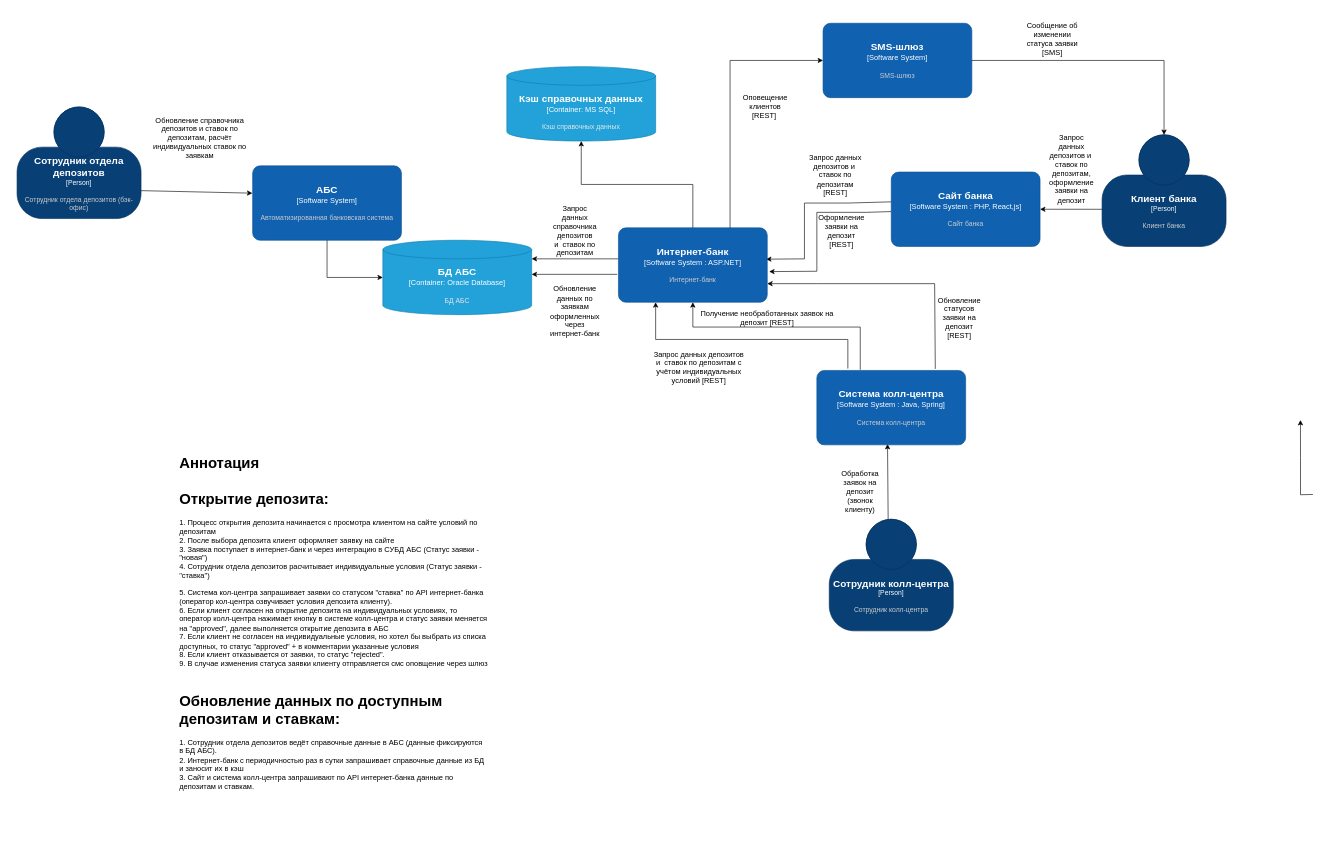
Earlier version of the draw.io diagram Task3/Диаграмма контейнеров.drawio (Laborant90/architecture-standart). Source tidied: cells renumbered, new cells numbered last; positions are measured from the earlier drawing's top-left corner, leaving out a move shared by most shapes. Both pictures are drawn from the tidied source at 62%, with x=0, y=0 at pixel (17, 23).
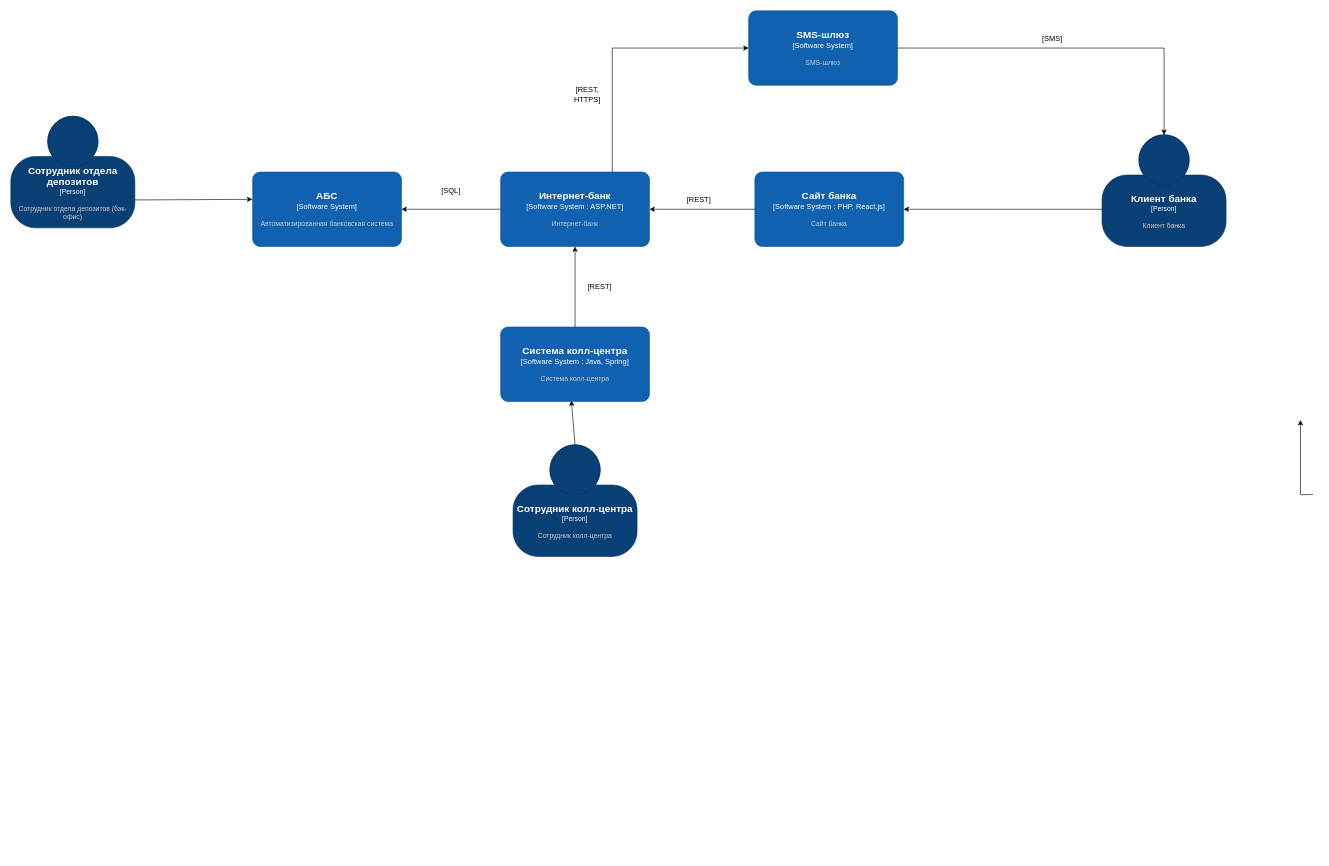
After the change.

The edit, as a diff of the source:
```diff
@@
-    <mxCell id="2" style="endArrow=classic;html=1;rounded=0;entryX=1;entryY=0.5;entryDx=0;entryDy=0;entryPerimeter=0;exitX=0;exitY=0.5;exitDx=0;exitDy=0;" parent="1" edge="1">
-      <mxGeometry relative="1" as="geometry">
-        <mxPoint x="970" y="380" as="sourcePoint" />
-        <mxPoint x="830" y="380" as="targetPoint" />
-      </mxGeometry>
-    </mxCell>
-    <mxCell id="3" value="Запрос данных справочника депозитов и&amp;nbsp; ставок по депозитам" style="text;html=1;align=center;verticalAlign=middle;whiteSpace=wrap;rounded=0;" parent="1" vertex="1">
-      <mxGeometry x="870" y="320" width="60" height="30" as="geometry" />
-    </mxCell>
@@
-    <mxCell id="5" value="Обновление справочника депозитов и ставок по депозитам, расчёт индивидуальных ставок по заявкам" style="text;html=1;align=center;verticalAlign=middle;whiteSpace=wrap;rounded=0;" parent="1" vertex="1">
-      <mxGeometry x="210" y="170" width="170" height="30" as="geometry" />
-    </mxCell>
@@
-    <mxCell id="7" style="endArrow=classic;html=1;rounded=0;entryX=0.992;entryY=0.421;entryDx=0;entryDy=0;exitX=0.01;exitY=0.4;exitDx=0;exitDy=0;entryPerimeter=0;exitPerimeter=0;" parent="1" edge="1" source="31" target="27">
-      <mxGeometry relative="1" as="geometry">
-        <Array as="points">
-          <mxPoint x="1340" y="290" />
-          <mxPoint x="1270" y="290" />
-          <mxPoint x="1270" y="380" />
-        </Array>
-      </mxGeometry>
-    </mxCell>
-    <mxCell id="8" value="Запрос данных депозитов и&amp;nbsp; ставок по депозитам [REST]" style="text;html=1;align=center;verticalAlign=middle;whiteSpace=wrap;rounded=0;" parent="1" vertex="1">
-      <mxGeometry x="1270" y="230" width="100" height="30" as="geometry" />
-    </mxCell>
-    <mxCell id="9" value="Запрос данных депозитов и&amp;nbsp; ставок по депозитам, оформление заявки на депозит" style="text;html=1;align=center;verticalAlign=middle;whiteSpace=wrap;rounded=0;" parent="1" vertex="1">
-      <mxGeometry x="1670.5" y="220" width="60" height="30" as="geometry" />
-    </mxCell>
-    <mxCell id="10" style="endArrow=classic;html=1;rounded=0;entryX=1.013;entryY=0.588;entryDx=0;entryDy=0;entryPerimeter=0;" parent="1" edge="1" source="31" target="27">
-      <mxGeometry relative="1" as="geometry">
-        <Array as="points">
-          <mxPoint x="1370" y="305" />
-          <mxPoint x="1290" y="305" />
-          <mxPoint x="1290" y="400" />
-        </Array>
-      </mxGeometry>
-    </mxCell>
-    <mxCell id="11" value="Оформление заявки на депозит [REST]" style="text;html=1;align=center;verticalAlign=middle;whiteSpace=wrap;rounded=0;" parent="1" vertex="1">
-      <mxGeometry x="1300" y="320" width="60" height="30" as="geometry" />
-    </mxCell>
-    <mxCell id="12" style="endArrow=classic;html=1;rounded=0;entryX=0.5;entryY=1;entryDx=0;entryDy=0;entryPerimeter=0;" parent="1" edge="1" target="27">
-      <mxGeometry relative="1" as="geometry">
-        <mxPoint x="1360" y="559" as="sourcePoint" />
-        <Array as="points">
-          <mxPoint x="1360" y="490" />
-          <mxPoint x="1090" y="490" />
-        </Array>
-      </mxGeometry>
-    </mxCell>
-    <mxCell id="13" value="Получение необработанных заявок на депозит [REST]" style="text;html=1;align=center;verticalAlign=middle;whiteSpace=wrap;rounded=0;" parent="1" vertex="1">
-      <mxGeometry x="1100" y="460" width="220" height="30" as="geometry" />
-    </mxCell>
-    <mxCell id="14" style="endArrow=classic;html=1;rounded=0;entryX=1;entryY=0.75;entryDx=0;entryDy=0;exitX=0.796;exitY=-0.021;exitDx=0;exitDy=0;entryPerimeter=0;exitPerimeter=0;" parent="1" edge="1" source="32" target="27">
-      <mxGeometry relative="1" as="geometry">
-        <Array as="points">
-          <mxPoint x="1480" y="420" />
-          <mxPoint x="1290" y="420" />
-        </Array>
-      </mxGeometry>
-    </mxCell>
-    <mxCell id="15" value="Обновление статусов заявки на депозит [REST]" style="text;html=1;align=center;verticalAlign=middle;whiteSpace=wrap;rounded=0;" parent="1" vertex="1">
-      <mxGeometry x="1490" y="460" width="60" height="30" as="geometry" />
-    </mxCell>
-    <mxCell id="16" style="endArrow=classic;html=1;rounded=0;entryX=0.475;entryY=0.988;entryDx=0;entryDy=0;entryPerimeter=0;exitX=0.5;exitY=0;exitDx=0;exitDy=0;exitPerimeter=0;" parent="1" edge="1" target="32">
-      <mxGeometry relative="1" as="geometry">
-        <mxPoint x="1405" y="800" as="sourcePoint" />
-      </mxGeometry>
+    <mxCell id="16" style="endArrow=classic;html=1;rounded=0;entryX=0.475;entryY=0.988;entryDx=0;entryDy=0;entryPerimeter=0;exitX=0.5;exitY=0;exitDx=0;exitDy=0;exitPerimeter=0;" parent="1" edge="1" source="33" target="32">
+      <mxGeometry relative="1" as="geometry" />
     </mxCell>
-    <mxCell id="17" value="Обработка заявок на депозит (звонок клиенту)" style="text;html=1;align=center;verticalAlign=middle;whiteSpace=wrap;rounded=0;" parent="1" vertex="1">
-      <mxGeometry x="1330" y="740" width="60" height="30" as="geometry" />
-    </mxCell>
-    <mxCell id="18" value="Запрос данных депозитов и&amp;nbsp; ставок по депозитам с учётом индивидуальных условий [REST]" style="text;html=1;align=center;verticalAlign=middle;whiteSpace=wrap;rounded=0;" parent="1" vertex="1">
-      <mxGeometry x="1020" y="540" width="160" height="30" as="geometry" />
-    </mxCell>
-    <mxCell id="19" style="endArrow=classic;html=1;rounded=0;entryX=0.25;entryY=1;entryDx=0;entryDy=0;entryPerimeter=0;" parent="1" edge="1" target="27">
-      <mxGeometry relative="1" as="geometry">
-        <mxPoint x="1340" y="557" as="sourcePoint" />
-        <Array as="points">
-          <mxPoint x="1340" y="510" />
-          <mxPoint x="1030" y="510" />
-        </Array>
-      </mxGeometry>
-    </mxCell>
-    <mxCell id="20" style="endArrow=classic;html=1;rounded=0;entryX=1;entryY=1;entryDx=0;entryDy=-15;entryPerimeter=0;" parent="1" edge="1">
-      <mxGeometry relative="1" as="geometry">
-        <mxPoint x="968" y="405" as="sourcePoint" />
-        <mxPoint x="830" y="405" as="targetPoint" />
-      </mxGeometry>
-    </mxCell>
-    <mxCell id="21" value="Обновление данных по заявкам оформленных через интернет-банк" style="text;html=1;align=center;verticalAlign=middle;whiteSpace=wrap;rounded=0;" parent="1" vertex="1">
-      <mxGeometry x="870" y="450" width="60" height="30" as="geometry" />
-    </mxCell>
-    <mxCell id="22" value="&lt;h1 style=&quot;margin-top: 0px;&quot;&gt;Аннотация&lt;br&gt;&lt;br&gt;Открытие депозита:&lt;/h1&gt;&lt;p&gt;1. Процесс открытия депозита начинается с просмотра клиентом на сайте условий по депозитам&lt;br&gt;&lt;span style=&quot;background-color: transparent; color: light-dark(rgb(0, 0, 0), rgb(255, 255, 255));&quot;&gt;2. После выбора депозита клиент оформляет заявку на сайте&lt;br&gt;3. Заявка поступает в интернет-банк и через интеграцию в СУБД АБС&lt;/span&gt;&lt;span style=&quot;background-color: transparent; color: light-dark(rgb(0, 0, 0), rgb(255, 255, 255));&quot;&gt;&amp;nbsp;(Статус заявки - &quot;новая&quot;)&lt;br&gt;4. Сотрудник отдела депозитов расчитывает индивидуальные условия (Статус заявки - &quot;ставка&quot;)&lt;br&gt;&lt;/span&gt;&lt;/p&gt;&lt;p&gt;&lt;span style=&quot;background-color: transparent; color: light-dark(rgb(0, 0, 0), rgb(255, 255, 255));&quot;&gt;5. Система кол-центра запрашивает заявки со статусом &quot;ставка&quot; по API интернет-банка (оператор кол-центра озвучивает условия депозита клиенту).&lt;br&gt;6. Если клиент согласен на открытие депозита на индивидуальных условиях, то оператор колл-центра нажимает кнопку в системе колл-центра и статус заявки меняется на &quot;approved&quot;, далее выполняется открытие депозита в АБС&lt;br&gt;7. Если клиент не согласен на индивидуальные условия, но хотел бы выбрать из списка доступных, то статус &quot;approved&quot; + в комментарии указанные условия&lt;br&gt;8. Если клиент отказывается от заявки, то статус &quot;rejected&quot;.&lt;br&gt;9. В случае изменения статуса заявки клиенту отправляется смс оповщение через шлюз&lt;/span&gt;&lt;/p&gt;&lt;p&gt;&lt;span style=&quot;background-color: transparent; color: light-dark(rgb(0, 0, 0), rgb(255, 255, 255));&quot;&gt;&lt;br&gt;&lt;/span&gt;&lt;/p&gt;&lt;h1 style=&quot;margin-top: 0px;&quot;&gt;Обновление данных по доступным депозитам и ставкам:&lt;/h1&gt;&lt;p&gt;1.&amp;nbsp;&lt;span style=&quot;background-color: transparent; color: light-dark(rgb(0, 0, 0), rgb(255, 255, 255));&quot;&gt;Сотрудник отдела депозитов ведёт справочные данные в АБС (данные фиксируются в БД АБС).&lt;br&gt;2. Интернет-банк с периодичностью раз в сутки запрашивает справочные данные из БД и заносит их в кэш&lt;br&gt;3. Сайт и система колл-центра запрашивают по API интернет-банка данные по депозитам и ставкам.&lt;/span&gt;&lt;/p&gt;" style="text;html=1;whiteSpace=wrap;overflow=hidden;rounded=0;" parent="1" vertex="1">
-      <mxGeometry x="260" y="689" width="500" height="650" as="geometry" />
-    </mxCell>
     <object id="23" label="&lt;font style=&quot;font-size: 16px&quot;&gt;&lt;b&gt;%c4Name%&lt;/b&gt;&lt;/font&gt;&lt;div&gt;[%c4Type%]&lt;/div&gt;&lt;br&gt;&lt;div&gt;&lt;font style=&quot;font-size: 11px&quot;&gt;&lt;font color=&quot;#cccccc&quot;&gt;%c4Description%&lt;/font&gt;&lt;/div&gt;" c4Description="Сотрудник отдела депозитов (бэк-офис)" c4Name="Сотрудник отдела депозитов" c4Type="Person" placeholders="1">
       <mxCell style="html=1;fontSize=11;dashed=0;whiteSpace=wrap;fillColor=#083F75;strokeColor=#06315C;fontColor=#ffffff;shape=mxgraph.c4.person2;align=center;points=[[0.5,0,0],[1,0.5,0],[1,0.75,0],[0.75,1,0],[0.5,1,0],[0.25,1,0],[0,0.75,0],[0,0.5,0]];" parent="1" vertex="1">
-        <mxGeometry y="135" width="200" height="180" as="geometry" />
+        <mxGeometry x="-10" y="150" width="200" height="180" as="geometry" />
       </mxCell>
     </object>
     <object id="24" label="&lt;font style=&quot;font-size: 16px&quot;&gt;&lt;b&gt;%c4Name%&lt;/b&gt;&lt;/font&gt;&lt;div&gt;[%c4Type%]&lt;/div&gt;&lt;br&gt;&lt;div&gt;&lt;font style=&quot;font-size: 11px&quot;&gt;&lt;font color=&quot;#cccccc&quot;&gt;%c4Description%&lt;/font&gt;&lt;/div&gt;" c4Description="Автоматизированная банковская система" c4Name="АБС" c4Type="Software System" placeholders="1">
       <mxCell style="rounded=1;whiteSpace=wrap;html=1;labelBackgroundColor=none;fillColor=#1061B0;fontColor=#ffffff;align=center;arcSize=10;strokeColor=#0D5091;points=[[0.25,0,0],[0.5,0,0],[0.75,0,0],[1,0.25,0],[1,0.5,0],[1,0.75,0],[0.75,1,0],[0.5,1,0],[0.25,1,0],[0,0.75,0],[0,0.5,0],[0,0.25,0]];" parent="1" vertex="1">
-        <mxGeometry x="380" y="230" width="240" height="120" as="geometry" />
+        <mxGeometry x="380" y="240" width="240" height="120" as="geometry" />
       </mxCell>
     </object>
-    <object id="25" label="&lt;font style=&quot;font-size: 16px&quot;&gt;&lt;b&gt;%c4Name%&lt;/b&gt;&lt;/font&gt;&lt;div&gt;[%c4Type%:&amp;nbsp;%c4Technology%]&lt;/div&gt;&lt;br&gt;&lt;div&gt;&lt;font style=&quot;font-size: 11px&quot;&gt;&lt;font color=&quot;#E6E6E6&quot;&gt;%c4Description%&lt;/font&gt;&lt;/div&gt;" c4Description="БД АБС" c4Name="БД АБС" c4Technology="Oracle Database" c4Type="Container" placeholders="1">
-      <mxCell style="shape=cylinder3;size=15;whiteSpace=wrap;html=1;boundedLbl=1;rounded=0;labelBackgroundColor=none;fillColor=#23A2D9;fontSize=12;fontColor=#ffffff;align=center;strokeColor=#0E7DAD;points=[[0.5,0,0],[1,0.25,0],[1,0.5,0],[1,0.75,0],[0.5,1,0],[0,0.75,0],[0,0.5,0],[0,0.25,0]];" parent="1" vertex="1">
-        <mxGeometry x="590" y="350" width="240" height="120" as="geometry" />
-      </mxCell>
-    </object>
-    <mxCell id="26" style="endArrow=classic;html=1;rounded=0;entryX=0;entryY=0.5;entryDx=0;entryDy=0;entryPerimeter=0;exitX=0.5;exitY=1;exitDx=0;exitDy=0;exitPerimeter=0;" parent="1" edge="1" source="24" target="25">
-      <mxGeometry relative="1" as="geometry">
-        <Array as="points">
-          <mxPoint x="500" y="410" />
-        </Array>
-      </mxGeometry>
-    </mxCell>
     <object id="27" label="&lt;font style=&quot;font-size: 16px&quot;&gt;&lt;b&gt;%c4Name%&lt;/b&gt;&lt;/font&gt;&lt;div&gt;[%c4Type%]&lt;/div&gt;&lt;br&gt;&lt;div&gt;&lt;font style=&quot;font-size: 11px&quot;&gt;&lt;font color=&quot;#cccccc&quot;&gt;%c4Description%&lt;/font&gt;&lt;/div&gt;" c4Description="Интернет-банк" c4Name="Интернет-банк" c4Type="Software System : ASP.NET" placeholders="1">
       <mxCell style="rounded=1;whiteSpace=wrap;html=1;labelBackgroundColor=none;fillColor=#1061B0;fontColor=#ffffff;align=center;arcSize=10;strokeColor=#0D5091;points=[[0.25,0,0],[0.5,0,0],[0.75,0,0],[1,0.25,0],[1,0.5,0],[1,0.75,0],[0.75,1,0],[0.5,1,0],[0.25,1,0],[0,0.75,0],[0,0.5,0],[0,0.25,0]];" parent="1" vertex="1">
-        <mxGeometry x="970" y="330" width="240" height="120" as="geometry" />
+        <mxGeometry x="780" y="240" width="240" height="120" as="geometry" />
       </mxCell>
     </object>
-    <object id="28" label="&lt;font style=&quot;font-size: 16px&quot;&gt;&lt;b&gt;%c4Name%&lt;/b&gt;&lt;/font&gt;&lt;div&gt;[%c4Type%:&amp;nbsp;%c4Technology%]&lt;/div&gt;&lt;br&gt;&lt;div&gt;&lt;font style=&quot;font-size: 11px&quot;&gt;&lt;font color=&quot;#E6E6E6&quot;&gt;%c4Description%&lt;/font&gt;&lt;/div&gt;" c4Description="Кэш справочных данных" c4Name="Кэш справочных данных" c4Technology="MS SQL" c4Type="Container" placeholders="1">
-      <mxCell style="shape=cylinder3;size=15;whiteSpace=wrap;html=1;boundedLbl=1;rounded=0;labelBackgroundColor=none;fillColor=#23A2D9;fontSize=12;fontColor=#ffffff;align=center;strokeColor=#0E7DAD;points=[[0.5,0,0],[1,0.25,0],[1,0.5,0],[1,0.75,0],[0.5,1,0],[0,0.75,0],[0,0.5,0],[0,0.25,0]];" parent="1" vertex="1">
-        <mxGeometry x="790" y="70" width="240" height="120" as="geometry" />
-      </mxCell>
-    </object>
-    <mxCell id="29" style="edgeStyle=orthogonalEdgeStyle;rounded=0;jettySize=auto;html=1;entryX=0.5;entryY=1;entryDx=0;entryDy=0;entryPerimeter=0;" parent="1" edge="1" source="27" target="28">
-      <mxGeometry relative="1" as="geometry" />
-    </mxCell>
@@
     <object id="31" label="&lt;font style=&quot;font-size: 16px&quot;&gt;&lt;b&gt;%c4Name%&lt;/b&gt;&lt;/font&gt;&lt;div&gt;[%c4Type%]&lt;/div&gt;&lt;br&gt;&lt;div&gt;&lt;font style=&quot;font-size: 11px&quot;&gt;&lt;font color=&quot;#cccccc&quot;&gt;%c4Description%&lt;/font&gt;&lt;/div&gt;" c4Description="Сайт банка" c4Name="Сайт банка" c4Type="Software System : PHP, React,js" placeholders="1">
       <mxCell style="rounded=1;whiteSpace=wrap;html=1;labelBackgroundColor=none;fillColor=#1061B0;fontColor=#ffffff;align=center;arcSize=10;strokeColor=#0D5091;points=[[0.25,0,0],[0.5,0,0],[0.75,0,0],[1,0.25,0],[1,0.5,0],[1,0.75,0],[0.75,1,0],[0.5,1,0],[0.25,1,0],[0,0.75,0],[0,0.5,0],[0,0.25,0]];" parent="1" vertex="1">
-        <mxGeometry x="1410" y="240" width="240" height="120" as="geometry" />
+        <mxGeometry x="1190" y="240" width="240" height="120" as="geometry" />
       </mxCell>
     </object>
     <object id="32" label="&lt;font style=&quot;font-size: 16px&quot;&gt;&lt;b&gt;%c4Name%&lt;/b&gt;&lt;/font&gt;&lt;div&gt;[%c4Type%]&lt;/div&gt;&lt;br&gt;&lt;div&gt;&lt;font style=&quot;font-size: 11px&quot;&gt;&lt;font color=&quot;#cccccc&quot;&gt;%c4Description%&lt;/font&gt;&lt;/div&gt;" c4Description="Система колл-центра" c4Name="Система колл-центра" c4Type="Software System : Java, Spring" placeholders="1">
       <mxCell style="rounded=1;whiteSpace=wrap;html=1;labelBackgroundColor=none;fillColor=#1061B0;fontColor=#ffffff;align=center;arcSize=10;strokeColor=#0D5091;points=[[0.25,0,0],[0.5,0,0],[0.75,0,0],[1,0.25,0],[1,0.5,0],[1,0.75,0],[0.75,1,0],[0.5,1,0],[0.25,1,0],[0,0.75,0],[0,0.5,0],[0,0.25,0]];" parent="1" vertex="1">
-        <mxGeometry x="1290" y="560" width="240" height="120" as="geometry" />
+        <mxGeometry x="780" y="490" width="240" height="120" as="geometry" />
       </mxCell>
     </object>
     <object id="33" label="&lt;font style=&quot;font-size: 16px&quot;&gt;&lt;b&gt;%c4Name%&lt;/b&gt;&lt;/font&gt;&lt;div&gt;[%c4Type%]&lt;/div&gt;&lt;br&gt;&lt;div&gt;&lt;font style=&quot;font-size: 11px&quot;&gt;&lt;font color=&quot;#cccccc&quot;&gt;%c4Description%&lt;/font&gt;&lt;/div&gt;" c4Description="Сотрудник колл-центра" c4Name="Сотрудник колл-центра" c4Type="Person" placeholders="1">
       <mxCell style="html=1;fontSize=11;dashed=0;whiteSpace=wrap;fillColor=#083F75;strokeColor=#06315C;fontColor=#ffffff;shape=mxgraph.c4.person2;align=center;points=[[0.5,0,0],[1,0.5,0],[1,0.75,0],[0.75,1,0],[0.5,1,0],[0.25,1,0],[0,0.75,0],[0,0.5,0]];" parent="1" vertex="1">
-        <mxGeometry x="1310" y="800" width="200" height="180" as="geometry" />
+        <mxGeometry x="800" y="680" width="200" height="180" as="geometry" />
       </mxCell>
     </object>
@@
     <object id="35" label="&lt;font style=&quot;font-size: 16px&quot;&gt;&lt;b&gt;%c4Name%&lt;/b&gt;&lt;/font&gt;&lt;div&gt;[%c4Type%]&lt;/div&gt;&lt;br&gt;&lt;div&gt;&lt;font style=&quot;font-size: 11px&quot;&gt;&lt;font color=&quot;#cccccc&quot;&gt;%c4Description%&lt;/font&gt;&lt;/div&gt;" c4Description="SMS-шлюз" c4Name="SMS-шлюз" c4Type="Software System" placeholders="1">
       <mxCell style="rounded=1;whiteSpace=wrap;html=1;labelBackgroundColor=none;fillColor=#1061B0;fontColor=#ffffff;align=center;arcSize=10;strokeColor=#0D5091;points=[[0.25,0,0],[0.5,0,0],[0.75,0,0],[1,0.25,0],[1,0.5,0],[1,0.75,0],[0.75,1,0],[0.5,1,0],[0.25,1,0],[0,0.75,0],[0,0.5,0],[0,0.25,0]];" parent="1" vertex="1">
-        <mxGeometry x="1300" width="240" height="120" as="geometry" />
+        <mxGeometry x="1180" y="-20" width="240" height="120" as="geometry" />
       </mxCell>
     </object>
@@
-    <mxCell id="37" value="Оповещение клиентов&lt;div&gt;[REST]&amp;nbsp;&lt;/div&gt;" style="text;html=1;align=center;verticalAlign=middle;whiteSpace=wrap;rounded=0;" parent="1" vertex="1">
-      <mxGeometry x="1157" y="120" width="100" height="30" as="geometry" />
-    </mxCell>
@@
-    <mxCell id="39" value="Сообщение об изменении статуса заявки [SMS]" style="text;html=1;align=center;verticalAlign=middle;whiteSpace=wrap;rounded=0;" parent="1" vertex="1">
+    <mxCell id="39" value="[SMS]" style="text;html=1;align=center;verticalAlign=middle;whiteSpace=wrap;rounded=0;" parent="1" vertex="1">
       <mxGeometry x="1620" y="10" width="100" height="30" as="geometry" />
     </mxCell>
+    <mxCell id="40" style="endArrow=classic;html=1;rounded=0;entryX=1;entryY=0.5;entryDx=0;entryDy=0;entryPerimeter=0;exitX=0;exitY=0.5;exitDx=0;exitDy=0;exitPerimeter=0;" parent="1" edge="1" source="27" target="24">
+      <mxGeometry relative="1" as="geometry" />
+    </mxCell>
+    <mxCell id="41" value="[SQL]" style="text;html=1;align=center;verticalAlign=middle;whiteSpace=wrap;rounded=0;" parent="1" vertex="1">
+      <mxGeometry x="670" y="255" width="60" height="30" as="geometry" />
+    </mxCell>
+    <mxCell id="42" value="[REST, HTTPS]" style="text;html=1;align=center;verticalAlign=middle;whiteSpace=wrap;rounded=0;" parent="1" vertex="1">
+      <mxGeometry x="890" y="100" width="60" height="30" as="geometry" />
+    </mxCell>
+    <mxCell id="14" style="edgeStyle=orthogonalEdgeStyle;rounded=0;jettySize=auto;html=1;entryX=0.5;entryY=1;entryDx=0;entryDy=0;entryPerimeter=0;" parent="1" edge="1" source="32" target="27">
+      <mxGeometry relative="1" as="geometry" />
+    </mxCell>
+    <mxCell id="43" style="edgeStyle=orthogonalEdgeStyle;rounded=0;jettySize=auto;html=1;entryX=1;entryY=0.5;entryDx=0;entryDy=0;entryPerimeter=0;" parent="1" edge="1" source="31" target="27">
+      <mxGeometry relative="1" as="geometry" />
+    </mxCell>
+    <mxCell id="44" value="[REST]" style="text;html=1;align=center;verticalAlign=middle;whiteSpace=wrap;rounded=0;" parent="1" vertex="1">
+      <mxGeometry x="1070" y="270" width="60" height="30" as="geometry" />
+    </mxCell>
+    <mxCell id="45" value="[REST]" style="text;html=1;align=center;verticalAlign=middle;whiteSpace=wrap;rounded=0;" parent="1" vertex="1">
+      <mxGeometry x="910" y="410" width="60" height="30" as="geometry" />
+    </mxCell>
```
